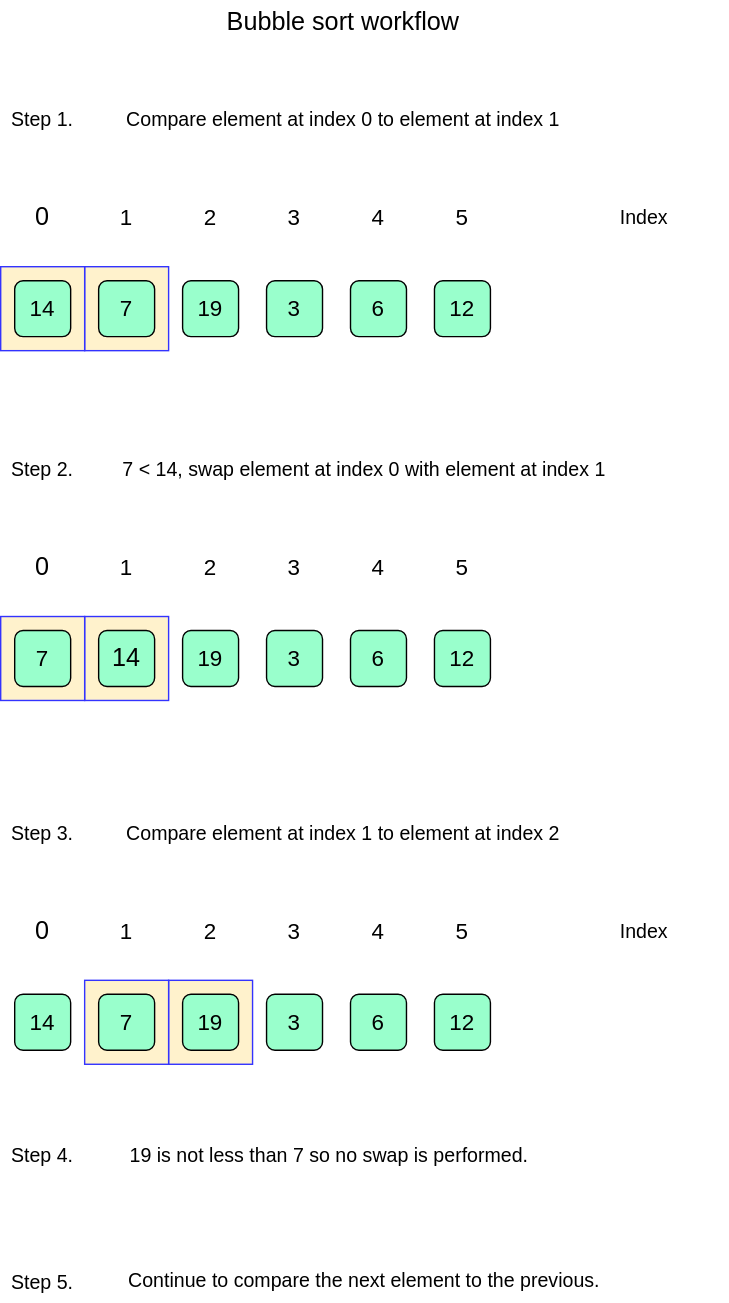
This is img/sort/bubblesort_workflow.svg from jaminyah/drawio, a draw.io export, as it was before one commit. Source tidied: cells renumbered, new cells last; positions are measured from the earlier drawing's top-left corner, leaving out a move shared by most shapes. The source it was exported from:
```xml
<mxGraphModel>
  <root>
    <mxCell id="0" />
    <mxCell id="1" parent="0" />
    <mxCell id="2" style="rounded=0;whiteSpace=wrap;html=1;fontSize=14;fillColor=#FFF2CC;strokeColor=#3333FF;" parent="1" vertex="1">
      <mxGeometry x="120" y="700" width="60" height="60" as="geometry" />
    </mxCell>
    <mxCell id="3" value="Index" style="text;html=1;strokeColor=none;fillColor=none;align=center;verticalAlign=middle;whiteSpace=wrap;rounded=0;fontSize=14;" parent="1" vertex="1">
      <mxGeometry x="400" y="140" width="120" height="30" as="geometry" />
    </mxCell>
    <mxCell id="4" style="group;" parent="1" vertex="1">
      <mxGeometry y="70" width="430" height="180" as="geometry" />
    </mxCell>
    <mxCell id="5" style="rounded=0;whiteSpace=wrap;html=1;fontSize=14;fillColor=#FFF2CC;strokeColor=#3333FF;" parent="4" vertex="1">
      <mxGeometry x="60" y="120" width="60" height="60" as="geometry" />
    </mxCell>
    <mxCell id="6" style="rounded=0;whiteSpace=wrap;html=1;fontSize=14;fillColor=#FFF2CC;strokeColor=#3333FF;" parent="4" vertex="1">
      <mxGeometry y="120" width="60" height="60" as="geometry" />
    </mxCell>
    <mxCell id="7" value="&lt;font size=&quot;3&quot;&gt;14&lt;/font&gt;" style="rounded=1;whiteSpace=wrap;html=1;fillColor=#99FFCC;" parent="4" vertex="1">
      <mxGeometry x="10" y="130" width="40" height="40" as="geometry" />
    </mxCell>
    <mxCell id="8" value="&lt;font size=&quot;3&quot;&gt;7&lt;/font&gt;" style="rounded=1;whiteSpace=wrap;html=1;fillColor=#99FFCC;" parent="4" vertex="1">
      <mxGeometry x="70" y="130" width="40" height="40" as="geometry" />
    </mxCell>
    <mxCell id="9" value="&lt;font size=&quot;3&quot;&gt;19&lt;/font&gt;" style="rounded=1;whiteSpace=wrap;html=1;fillColor=#99FFCC;" parent="4" vertex="1">
      <mxGeometry x="130" y="130" width="40" height="40" as="geometry" />
    </mxCell>
    <mxCell id="10" value="&lt;font size=&quot;3&quot;&gt;3&lt;/font&gt;" style="rounded=1;whiteSpace=wrap;html=1;fillColor=#99FFCC;" parent="4" vertex="1">
      <mxGeometry x="190" y="130" width="40" height="40" as="geometry" />
    </mxCell>
    <mxCell id="11" value="&lt;font size=&quot;3&quot;&gt;6&lt;/font&gt;" style="rounded=1;whiteSpace=wrap;html=1;fillColor=#99FFCC;" parent="4" vertex="1">
      <mxGeometry x="250" y="130" width="40" height="40" as="geometry" />
    </mxCell>
    <mxCell id="12" value="&lt;font size=&quot;3&quot;&gt;12&lt;/font&gt;" style="rounded=1;whiteSpace=wrap;html=1;fillColor=#99FFCC;" parent="4" vertex="1">
      <mxGeometry x="310" y="130" width="40" height="40" as="geometry" />
    </mxCell>
    <mxCell id="13" value="&lt;font size=&quot;3&quot;&gt;1&lt;/font&gt;" style="text;html=1;strokeColor=none;fillColor=none;align=center;verticalAlign=middle;whiteSpace=wrap;rounded=0;fontSize=14;" parent="4" vertex="1">
      <mxGeometry x="70" y="70" width="40" height="30" as="geometry" />
    </mxCell>
    <mxCell id="14" value="&lt;font style=&quot;font-size: 18px&quot;&gt;0&lt;/font&gt;" style="text;html=1;strokeColor=none;fillColor=none;align=center;verticalAlign=middle;whiteSpace=wrap;rounded=0;fontSize=14;" parent="4" vertex="1">
      <mxGeometry x="10" y="70" width="40" height="30" as="geometry" />
    </mxCell>
    <mxCell id="15" value="&lt;font size=&quot;3&quot;&gt;2&lt;/font&gt;" style="text;html=1;strokeColor=none;fillColor=none;align=center;verticalAlign=middle;whiteSpace=wrap;rounded=0;fontSize=14;" parent="4" vertex="1">
      <mxGeometry x="130" y="70" width="40" height="30" as="geometry" />
    </mxCell>
    <mxCell id="16" value="&lt;font size=&quot;3&quot;&gt;3&lt;/font&gt;" style="text;html=1;strokeColor=none;fillColor=none;align=center;verticalAlign=middle;whiteSpace=wrap;rounded=0;fontSize=14;" parent="4" vertex="1">
      <mxGeometry x="190" y="70" width="40" height="30" as="geometry" />
    </mxCell>
    <mxCell id="17" value="&lt;font size=&quot;3&quot;&gt;4&lt;/font&gt;" style="text;html=1;strokeColor=none;fillColor=none;align=center;verticalAlign=middle;whiteSpace=wrap;rounded=0;fontSize=14;" parent="4" vertex="1">
      <mxGeometry x="250" y="70" width="40" height="30" as="geometry" />
    </mxCell>
    <mxCell id="18" value="&lt;font size=&quot;3&quot;&gt;5&lt;/font&gt;" style="text;html=1;strokeColor=none;fillColor=none;align=center;verticalAlign=middle;whiteSpace=wrap;rounded=0;fontSize=14;" parent="4" vertex="1">
      <mxGeometry x="310" y="70" width="40" height="30" as="geometry" />
    </mxCell>
    <mxCell id="19" value="Step 1." style="text;html=1;strokeColor=none;fillColor=none;align=center;verticalAlign=middle;whiteSpace=wrap;rounded=0;fontSize=14;" parent="4" vertex="1">
      <mxGeometry width="60" height="30" as="geometry" />
    </mxCell>
    <mxCell id="20" value="Compare element at index 0 to element at index 1" style="text;html=1;strokeColor=none;fillColor=none;align=center;verticalAlign=middle;whiteSpace=wrap;rounded=0;fontSize=14;" parent="4" vertex="1">
      <mxGeometry x="60" width="370" height="30" as="geometry" />
    </mxCell>
    <mxCell id="21" style="rounded=0;whiteSpace=wrap;html=1;fontSize=14;fillColor=#FFF2CC;strokeColor=#3333FF;" parent="1" vertex="1">
      <mxGeometry x="60" y="440" width="60" height="60" as="geometry" />
    </mxCell>
    <mxCell id="22" style="rounded=0;whiteSpace=wrap;html=1;fontSize=14;fillColor=#FFF2CC;strokeColor=#3333FF;" parent="1" vertex="1">
      <mxGeometry y="440" width="60" height="60" as="geometry" />
    </mxCell>
    <mxCell id="23" value="&lt;font size=&quot;3&quot;&gt;7&lt;/font&gt;" style="rounded=1;whiteSpace=wrap;html=1;fillColor=#99FFCC;" parent="1" vertex="1">
      <mxGeometry x="10" y="450" width="40" height="40" as="geometry" />
    </mxCell>
    <mxCell id="24" value="&lt;font style=&quot;font-size: 18px&quot;&gt;14&lt;/font&gt;" style="rounded=1;whiteSpace=wrap;html=1;fillColor=#99FFCC;" parent="1" vertex="1">
      <mxGeometry x="70" y="450" width="40" height="40" as="geometry" />
    </mxCell>
    <mxCell id="25" value="&lt;font size=&quot;3&quot;&gt;19&lt;/font&gt;" style="rounded=1;whiteSpace=wrap;html=1;fillColor=#99FFCC;" parent="1" vertex="1">
      <mxGeometry x="130" y="450" width="40" height="40" as="geometry" />
    </mxCell>
    <mxCell id="26" value="&lt;font size=&quot;3&quot;&gt;3&lt;/font&gt;" style="rounded=1;whiteSpace=wrap;html=1;fillColor=#99FFCC;" parent="1" vertex="1">
      <mxGeometry x="190" y="450" width="40" height="40" as="geometry" />
    </mxCell>
    <mxCell id="27" value="&lt;font size=&quot;3&quot;&gt;6&lt;/font&gt;" style="rounded=1;whiteSpace=wrap;html=1;fillColor=#99FFCC;" parent="1" vertex="1">
      <mxGeometry x="250" y="450" width="40" height="40" as="geometry" />
    </mxCell>
    <mxCell id="28" value="&lt;font size=&quot;3&quot;&gt;12&lt;/font&gt;" style="rounded=1;whiteSpace=wrap;html=1;fillColor=#99FFCC;" parent="1" vertex="1">
      <mxGeometry x="310" y="450" width="40" height="40" as="geometry" />
    </mxCell>
    <mxCell id="29" value="&lt;font size=&quot;3&quot;&gt;1&lt;/font&gt;" style="text;html=1;strokeColor=none;fillColor=none;align=center;verticalAlign=middle;whiteSpace=wrap;rounded=0;fontSize=14;" parent="1" vertex="1">
      <mxGeometry x="70" y="390" width="40" height="30" as="geometry" />
    </mxCell>
    <mxCell id="30" value="&lt;font style=&quot;font-size: 18px&quot;&gt;0&lt;/font&gt;" style="text;html=1;strokeColor=none;fillColor=none;align=center;verticalAlign=middle;whiteSpace=wrap;rounded=0;fontSize=14;" parent="1" vertex="1">
      <mxGeometry x="10" y="390" width="40" height="30" as="geometry" />
    </mxCell>
    <mxCell id="31" value="&lt;font size=&quot;3&quot;&gt;2&lt;/font&gt;" style="text;html=1;strokeColor=none;fillColor=none;align=center;verticalAlign=middle;whiteSpace=wrap;rounded=0;fontSize=14;" parent="1" vertex="1">
      <mxGeometry x="130" y="390" width="40" height="30" as="geometry" />
    </mxCell>
    <mxCell id="32" value="&lt;font size=&quot;3&quot;&gt;3&lt;/font&gt;" style="text;html=1;strokeColor=none;fillColor=none;align=center;verticalAlign=middle;whiteSpace=wrap;rounded=0;fontSize=14;" parent="1" vertex="1">
      <mxGeometry x="190" y="390" width="40" height="30" as="geometry" />
    </mxCell>
    <mxCell id="33" value="&lt;font size=&quot;3&quot;&gt;4&lt;/font&gt;" style="text;html=1;strokeColor=none;fillColor=none;align=center;verticalAlign=middle;whiteSpace=wrap;rounded=0;fontSize=14;" parent="1" vertex="1">
      <mxGeometry x="250" y="390" width="40" height="30" as="geometry" />
    </mxCell>
    <mxCell id="34" value="&lt;font size=&quot;3&quot;&gt;5&lt;/font&gt;" style="text;html=1;strokeColor=none;fillColor=none;align=center;verticalAlign=middle;whiteSpace=wrap;rounded=0;fontSize=14;" parent="1" vertex="1">
      <mxGeometry x="310" y="390" width="40" height="30" as="geometry" />
    </mxCell>
    <mxCell id="35" value="Step 2." style="text;html=1;strokeColor=none;fillColor=none;align=center;verticalAlign=middle;whiteSpace=wrap;rounded=0;fontSize=14;" parent="1" vertex="1">
      <mxGeometry y="320" width="60" height="30" as="geometry" />
    </mxCell>
    <mxCell id="36" value="7 &amp;lt; 14, swap element at index 0 with element at index 1" style="text;html=1;strokeColor=none;fillColor=none;align=center;verticalAlign=middle;whiteSpace=wrap;rounded=0;fontSize=14;" parent="1" vertex="1">
      <mxGeometry x="60" y="320" width="400" height="30" as="geometry" />
    </mxCell>
    <mxCell id="37" value="Index" style="text;html=1;strokeColor=none;fillColor=none;align=center;verticalAlign=middle;whiteSpace=wrap;rounded=0;fontSize=14;" parent="1" vertex="1">
      <mxGeometry x="400" y="650" width="120" height="30" as="geometry" />
    </mxCell>
    <mxCell id="38" style="rounded=0;whiteSpace=wrap;html=1;fontSize=14;fillColor=#FFF2CC;strokeColor=#3333FF;" parent="1" vertex="1">
      <mxGeometry x="60" y="700" width="60" height="60" as="geometry" />
    </mxCell>
    <mxCell id="39" value="&lt;font size=&quot;3&quot;&gt;14&lt;/font&gt;" style="rounded=1;whiteSpace=wrap;html=1;fillColor=#99FFCC;" parent="1" vertex="1">
      <mxGeometry x="10" y="710" width="40" height="40" as="geometry" />
    </mxCell>
    <mxCell id="40" value="&lt;font size=&quot;3&quot;&gt;7&lt;/font&gt;" style="rounded=1;whiteSpace=wrap;html=1;fillColor=#99FFCC;" parent="1" vertex="1">
      <mxGeometry x="70" y="710" width="40" height="40" as="geometry" />
    </mxCell>
    <mxCell id="41" value="&lt;font size=&quot;3&quot;&gt;19&lt;/font&gt;" style="rounded=1;whiteSpace=wrap;html=1;fillColor=#99FFCC;" parent="1" vertex="1">
      <mxGeometry x="130" y="710" width="40" height="40" as="geometry" />
    </mxCell>
    <mxCell id="42" value="&lt;font size=&quot;3&quot;&gt;3&lt;/font&gt;" style="rounded=1;whiteSpace=wrap;html=1;fillColor=#99FFCC;" parent="1" vertex="1">
      <mxGeometry x="190" y="710" width="40" height="40" as="geometry" />
    </mxCell>
    <mxCell id="43" value="&lt;font size=&quot;3&quot;&gt;6&lt;/font&gt;" style="rounded=1;whiteSpace=wrap;html=1;fillColor=#99FFCC;" parent="1" vertex="1">
      <mxGeometry x="250" y="710" width="40" height="40" as="geometry" />
    </mxCell>
    <mxCell id="44" value="&lt;font size=&quot;3&quot;&gt;12&lt;/font&gt;" style="rounded=1;whiteSpace=wrap;html=1;fillColor=#99FFCC;" parent="1" vertex="1">
      <mxGeometry x="310" y="710" width="40" height="40" as="geometry" />
    </mxCell>
    <mxCell id="45" value="&lt;font size=&quot;3&quot;&gt;1&lt;/font&gt;" style="text;html=1;strokeColor=none;fillColor=none;align=center;verticalAlign=middle;whiteSpace=wrap;rounded=0;fontSize=14;" parent="1" vertex="1">
      <mxGeometry x="70" y="650" width="40" height="30" as="geometry" />
    </mxCell>
    <mxCell id="46" value="&lt;font style=&quot;font-size: 18px&quot;&gt;0&lt;/font&gt;" style="text;html=1;strokeColor=none;fillColor=none;align=center;verticalAlign=middle;whiteSpace=wrap;rounded=0;fontSize=14;" parent="1" vertex="1">
      <mxGeometry x="10" y="650" width="40" height="30" as="geometry" />
    </mxCell>
    <mxCell id="47" value="&lt;font size=&quot;3&quot;&gt;2&lt;/font&gt;" style="text;html=1;strokeColor=none;fillColor=none;align=center;verticalAlign=middle;whiteSpace=wrap;rounded=0;fontSize=14;" parent="1" vertex="1">
      <mxGeometry x="130" y="650" width="40" height="30" as="geometry" />
    </mxCell>
    <mxCell id="48" value="&lt;font size=&quot;3&quot;&gt;3&lt;/font&gt;" style="text;html=1;strokeColor=none;fillColor=none;align=center;verticalAlign=middle;whiteSpace=wrap;rounded=0;fontSize=14;" parent="1" vertex="1">
      <mxGeometry x="190" y="650" width="40" height="30" as="geometry" />
    </mxCell>
    <mxCell id="49" value="&lt;font size=&quot;3&quot;&gt;4&lt;/font&gt;" style="text;html=1;strokeColor=none;fillColor=none;align=center;verticalAlign=middle;whiteSpace=wrap;rounded=0;fontSize=14;" parent="1" vertex="1">
      <mxGeometry x="250" y="650" width="40" height="30" as="geometry" />
    </mxCell>
    <mxCell id="50" value="&lt;font size=&quot;3&quot;&gt;5&lt;/font&gt;" style="text;html=1;strokeColor=none;fillColor=none;align=center;verticalAlign=middle;whiteSpace=wrap;rounded=0;fontSize=14;" parent="1" vertex="1">
      <mxGeometry x="310" y="650" width="40" height="30" as="geometry" />
    </mxCell>
    <mxCell id="51" value="Step 3." style="text;html=1;strokeColor=none;fillColor=none;align=center;verticalAlign=middle;whiteSpace=wrap;rounded=0;fontSize=14;" parent="1" vertex="1">
      <mxGeometry y="580" width="60" height="30" as="geometry" />
    </mxCell>
    <mxCell id="52" value="Compare element at index 1 to element at index 2" style="text;html=1;strokeColor=none;fillColor=none;align=center;verticalAlign=middle;whiteSpace=wrap;rounded=0;fontSize=14;" parent="1" vertex="1">
      <mxGeometry x="60" y="580" width="370" height="30" as="geometry" />
    </mxCell>
    <mxCell id="53" value="Step 4." style="text;html=1;strokeColor=none;fillColor=none;align=center;verticalAlign=middle;whiteSpace=wrap;rounded=0;fontSize=14;" parent="1" vertex="1">
      <mxGeometry y="810" width="60" height="30" as="geometry" />
    </mxCell>
    <mxCell id="54" value="19 is not less than 7 so no swap is performed." style="text;html=1;strokeColor=none;fillColor=none;align=center;verticalAlign=middle;whiteSpace=wrap;rounded=0;fontSize=14;" parent="1" vertex="1">
      <mxGeometry x="90" y="810" width="290" height="30" as="geometry" />
    </mxCell>
    <mxCell id="55" value="&lt;font style=&quot;font-size: 14px&quot;&gt;Step 5.&lt;/font&gt;" style="text;html=1;strokeColor=none;fillColor=none;align=center;verticalAlign=middle;whiteSpace=wrap;rounded=0;fontSize=18;" parent="1" vertex="1">
      <mxGeometry y="900" width="60" height="30" as="geometry" />
    </mxCell>
    <mxCell id="56" value="Continue to compare the next element to the previous." style="text;html=1;strokeColor=none;fillColor=none;align=center;verticalAlign=middle;whiteSpace=wrap;rounded=0;fontSize=14;" parent="1" vertex="1">
      <mxGeometry x="75" y="900" width="370" height="30" as="geometry" />
    </mxCell>
    <mxCell id="57" value="&lt;font style=&quot;font-size: 18px&quot;&gt;Bubble sort workflow&lt;/font&gt;" style="text;html=1;strokeColor=none;fillColor=none;align=center;verticalAlign=middle;whiteSpace=wrap;rounded=0;fontSize=14;" parent="1" vertex="1">
      <mxGeometry x="160" width="170" height="30" as="geometry" />
    </mxCell>
  </root>
</mxGraphModel>
```
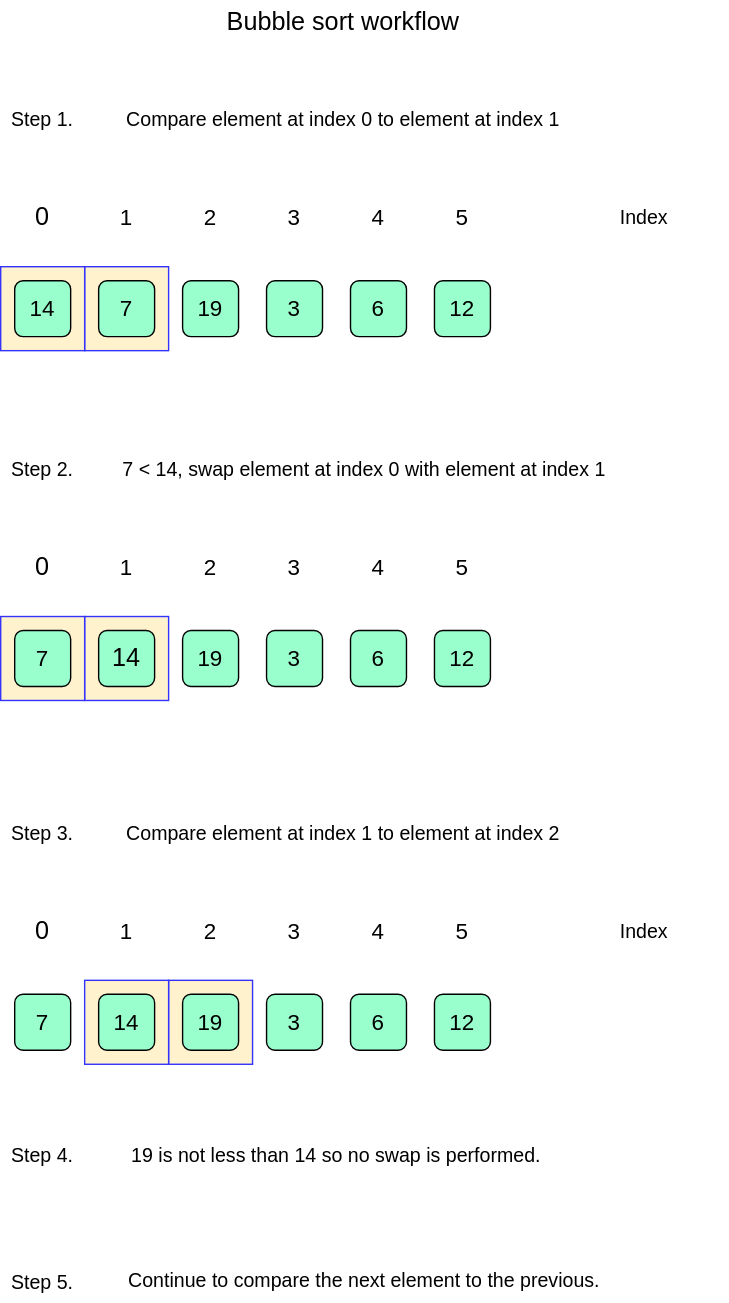
The same file after the commit.

Commit message:
Fixed bubblesort workflow diagram.

What changed in the source:
```diff
@@ -113,10 +113,10 @@
     <mxCell id="38" style="rounded=0;whiteSpace=wrap;html=1;fontSize=14;fillColor=#FFF2CC;strokeColor=#3333FF;" parent="1" vertex="1">
       <mxGeometry x="60" y="700" width="60" height="60" as="geometry" />
     </mxCell>
-    <mxCell id="39" value="&lt;font size=&quot;3&quot;&gt;14&lt;/font&gt;" style="rounded=1;whiteSpace=wrap;html=1;fillColor=#99FFCC;" parent="1" vertex="1">
+    <mxCell id="39" value="&lt;font size=&quot;3&quot;&gt;7&lt;/font&gt;" style="rounded=1;whiteSpace=wrap;html=1;fillColor=#99FFCC;" parent="1" vertex="1">
       <mxGeometry x="10" y="710" width="40" height="40" as="geometry" />
     </mxCell>
-    <mxCell id="40" value="&lt;font size=&quot;3&quot;&gt;7&lt;/font&gt;" style="rounded=1;whiteSpace=wrap;html=1;fillColor=#99FFCC;" parent="1" vertex="1">
+    <mxCell id="40" value="&lt;font size=&quot;3&quot;&gt;14&lt;/font&gt;" style="rounded=1;whiteSpace=wrap;html=1;fillColor=#99FFCC;" parent="1" vertex="1">
       <mxGeometry x="70" y="710" width="40" height="40" as="geometry" />
     </mxCell>
     <mxCell id="41" value="&lt;font size=&quot;3&quot;&gt;19&lt;/font&gt;" style="rounded=1;whiteSpace=wrap;html=1;fillColor=#99FFCC;" parent="1" vertex="1">
@@ -158,8 +158,8 @@
     <mxCell id="53" value="Step 4." style="text;html=1;strokeColor=none;fillColor=none;align=center;verticalAlign=middle;whiteSpace=wrap;rounded=0;fontSize=14;" parent="1" vertex="1">
       <mxGeometry y="810" width="60" height="30" as="geometry" />
     </mxCell>
-    <mxCell id="54" value="19 is not less than 7 so no swap is performed." style="text;html=1;strokeColor=none;fillColor=none;align=center;verticalAlign=middle;whiteSpace=wrap;rounded=0;fontSize=14;" parent="1" vertex="1">
-      <mxGeometry x="90" y="810" width="290" height="30" as="geometry" />
+    <mxCell id="54" value="19 is not less than 14 so no swap is performed." style="text;html=1;strokeColor=none;fillColor=none;align=center;verticalAlign=middle;whiteSpace=wrap;rounded=0;fontSize=14;" parent="1" vertex="1">
+      <mxGeometry x="90" y="810" width="300" height="30" as="geometry" />
     </mxCell>
     <mxCell id="55" value="&lt;font style=&quot;font-size: 14px&quot;&gt;Step 5.&lt;/font&gt;" style="text;html=1;strokeColor=none;fillColor=none;align=center;verticalAlign=middle;whiteSpace=wrap;rounded=0;fontSize=18;" parent="1" vertex="1">
       <mxGeometry y="900" width="60" height="30" as="geometry" />
```
